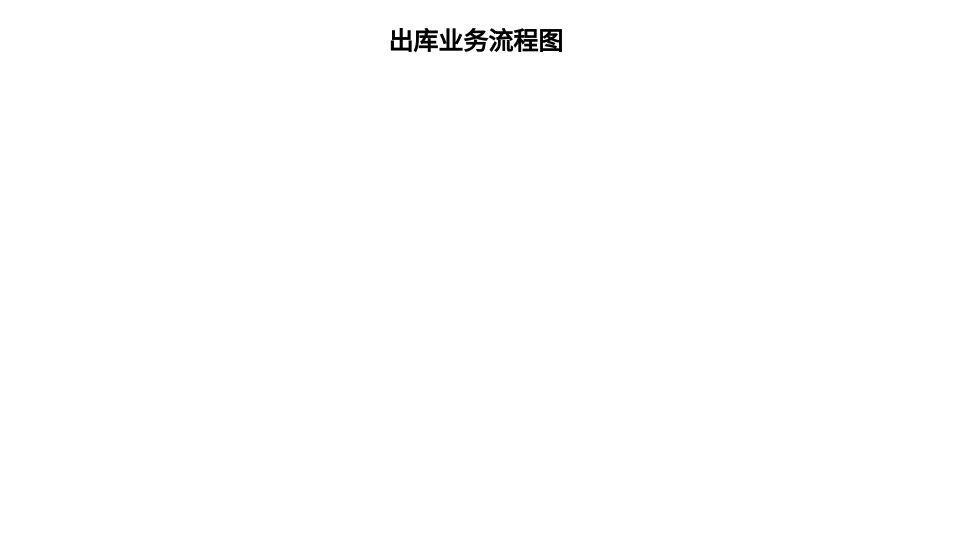
The draw.io diagram pdf/出库业务流程图.drawio in mstao/static, before the edit. Source tidied: cells renumbered, new cells numbered last; positions are measured from the earlier drawing's top-left corner, leaving out a move shared by most shapes. Both pictures are drawn from the tidied source at 125%, with x=0, y=0 at pixel (370, 21).
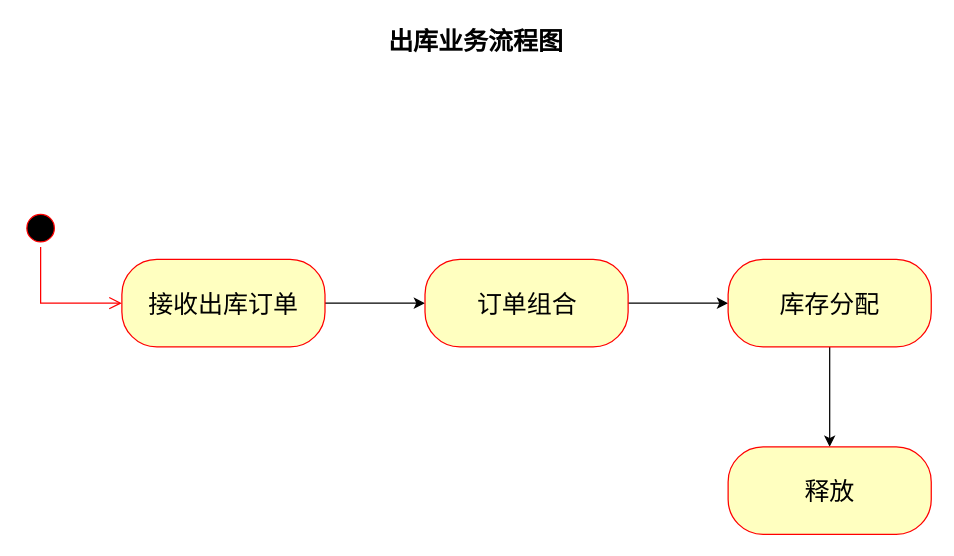
After the change.

Commit message (it also covers changes not shown here):
Update 出库业务流程图.drawio

What changed in the source:
```diff
@@
 <mxGraphModel>
   <root>
     <mxCell id="0" />
     <mxCell id="1" parent="0" />
     <mxCell id="2" value="出库业务流程图" style="text;html=1;strokeColor=none;fillColor=none;align=center;verticalAlign=middle;whiteSpace=wrap;rounded=0;fontSize=20;fontStyle=1;" parent="1" vertex="1">
       <mxGeometry width="169" height="30" as="geometry" />
     </mxCell>
+    <mxCell id="3" style="ellipse;html=1;shape=startState;fillColor=#000000;strokeColor=#ff0000;" parent="1" vertex="1">
+      <mxGeometry x="-279" y="150" width="30" height="30" as="geometry" />
+    </mxCell>
+    <mxCell id="4" style="edgeStyle=orthogonalEdgeStyle;html=1;verticalAlign=bottom;endArrow=open;endSize=8;strokeColor=#ff0000;rounded=0;entryX=0;entryY=0.5;entryDx=0;entryDy=0;" parent="1" edge="1" source="3" target="6">
+      <mxGeometry relative="1" as="geometry">
+        <Array as="points">
+          <mxPoint x="-264" y="225" />
+        </Array>
+      </mxGeometry>
+    </mxCell>
+    <mxCell id="5" style="edgeStyle=orthogonalEdgeStyle;rounded=0;jettySize=auto;html=1;" parent="1" edge="1" source="6" target="8">
+      <mxGeometry relative="1" as="geometry" />
+    </mxCell>
+    <mxCell id="6" value="&lt;font style=&quot;font-size: 20px&quot;&gt;接收出库订单&lt;/font&gt;" style="rounded=1;whiteSpace=wrap;html=1;arcSize=40;fontColor=#000000;fillColor=#ffffc0;strokeColor=#ff0000;fontSize=20;" parent="1" vertex="1">
+      <mxGeometry x="-199" y="190" width="162.5" height="70" as="geometry" />
+    </mxCell>
+    <mxCell id="7" style="edgeStyle=orthogonalEdgeStyle;rounded=0;jettySize=auto;html=1;" parent="1" edge="1" source="8" target="10">
+      <mxGeometry relative="1" as="geometry" />
+    </mxCell>
+    <mxCell id="8" value="&lt;font style=&quot;font-size: 20px&quot;&gt;订单组合&lt;/font&gt;" style="rounded=1;whiteSpace=wrap;html=1;arcSize=40;fontColor=#000000;fillColor=#ffffc0;strokeColor=#ff0000;fontSize=20;" parent="1" vertex="1">
+      <mxGeometry x="43.5" y="190" width="162.5" height="70" as="geometry" />
+    </mxCell>
+    <mxCell id="9" style="edgeStyle=orthogonalEdgeStyle;rounded=0;jettySize=auto;html=1;" parent="1" edge="1" source="10" target="11">
+      <mxGeometry relative="1" as="geometry" />
+    </mxCell>
+    <mxCell id="10" value="&lt;font style=&quot;font-size: 20px&quot;&gt;库存分配&lt;/font&gt;" style="rounded=1;whiteSpace=wrap;html=1;arcSize=40;fontColor=#000000;fillColor=#ffffc0;strokeColor=#ff0000;fontSize=20;" parent="1" vertex="1">
+      <mxGeometry x="286" y="190" width="162.5" height="70" as="geometry" />
+    </mxCell>
+    <mxCell id="11" value="&lt;font style=&quot;font-size: 20px&quot;&gt;释放&lt;/font&gt;" style="rounded=1;whiteSpace=wrap;html=1;arcSize=40;fontColor=#000000;fillColor=#ffffc0;strokeColor=#ff0000;fontSize=20;" parent="1" vertex="1">
+      <mxGeometry x="286" y="340" width="162.5" height="70" as="geometry" />
+    </mxCell>
   </root>
 </mxGraphModel>
```
